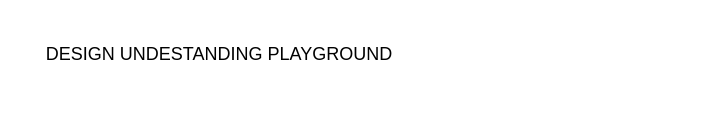
Before: Untitled Diagram.drawio in souravdasbiswas/playground, a draw.io diagram. Source tidied: cells renumbered, new cells numbered last; positions are measured from the earlier drawing's top-left corner, leaving out a move shared by most shapes. Both pictures are drawn from the tidied source at 150%, with x=0, y=0 at pixel (32, 32).
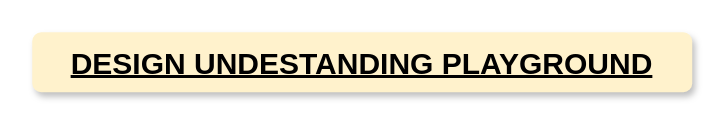
After the change.

The edit, as a diff of the source:
```diff
@@
 <mxGraphModel>
   <root>
     <mxCell id="0" />
     <mxCell id="1" parent="0" />
-    <mxCell id="2" value="DESIGN UNDESTANDING PLAYGROUND" style="text;html=1;align=center;verticalAlign=middle;whiteSpace=wrap;rounded=0;" parent="1" vertex="1">
-      <mxGeometry width="250" height="30" as="geometry" />
+    <mxCell id="2" value="DESIGN UNDESTANDING PLAYGROUND" style="text;html=1;align=center;verticalAlign=middle;whiteSpace=wrap;rounded=1;fontStyle=5;fontSize=20;fillColor=#fff2cc;strokeColor=none;perimeterSpacing=0;glass=0;shadow=1;" parent="1" vertex="1">
+      <mxGeometry width="440" height="40" as="geometry" />
     </mxCell>
   </root>
 </mxGraphModel>
```
